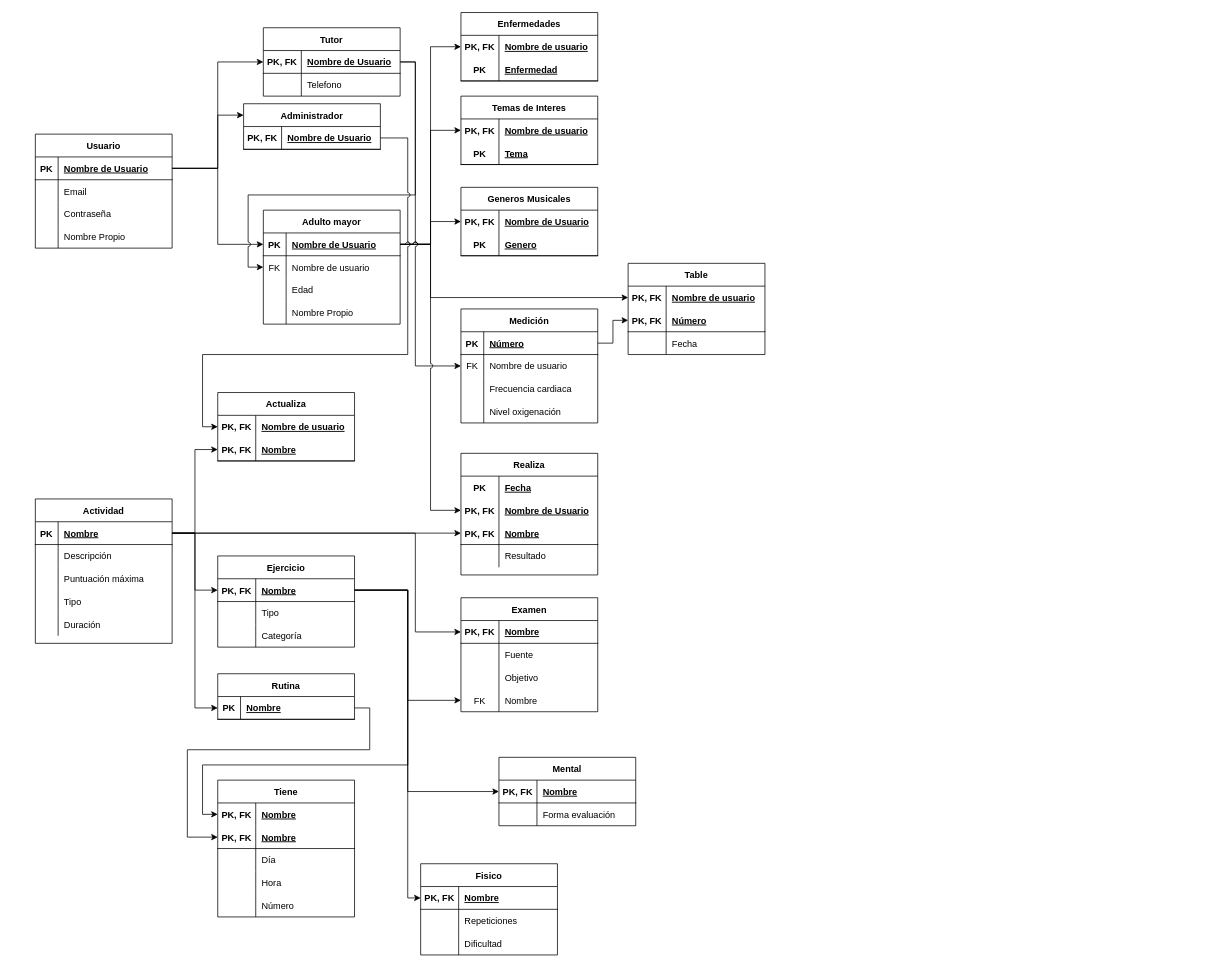
Christ-Veg/IngDeSoftware keeps this draw.io diagram as page "Relacional" (2 of 3) of TrabajoTerminal.drawio. Above is the earlier version. Source tidied: cells renumbered, new cells numbered last; positions are measured from the earlier drawing's top-left corner, leaving out a move shared by most shapes. Both pictures are drawn from the tidied source at 76%, with x=0, y=0 at pixel (35, 12).
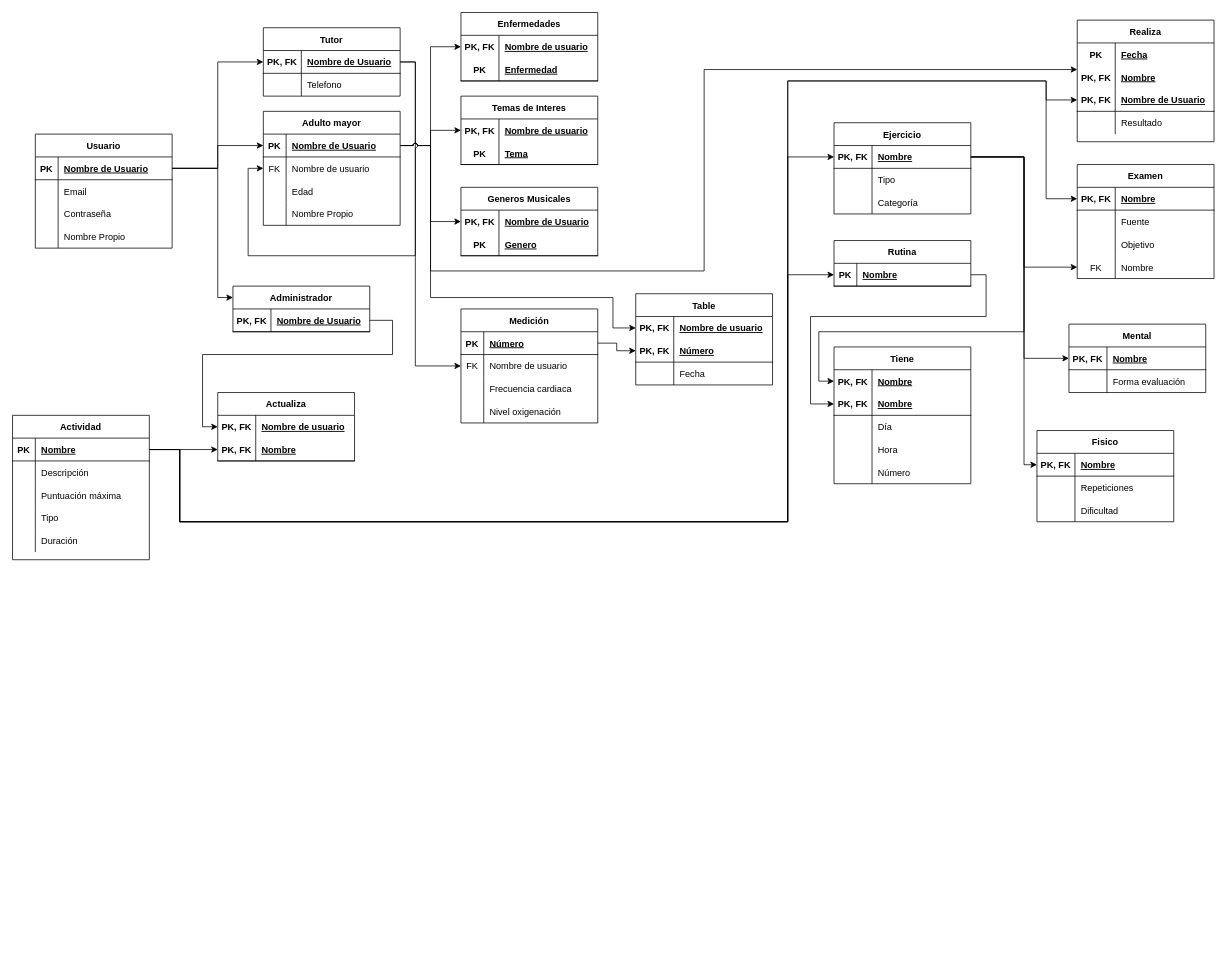
The same diagram, later.

Unchanged cells that the change refers to:
```xml
<mxCell id="3" style="shape=tableRow;horizontal=0;startSize=0;swimlaneHead=0;swimlaneBody=0;fillColor=none;points=[[0,0.5],[1,0.5]];portConstraint=eastwest;top=0;left=0;right=0;bottom=1;" parent="2" vertex="1">
  <mxGeometry y="30" width="180" height="30" as="geometry" />
</mxCell>
<mxCell id="16" style="shape=tableRow;horizontal=0;startSize=0;swimlaneHead=0;swimlaneBody=0;fillColor=none;points=[[0,0.5],[1,0.5]];portConstraint=eastwest;top=0;left=0;right=0;bottom=1;" parent="15" vertex="1">
  <mxGeometry y="30" width="180" height="30" as="geometry" />
</mxCell>
<mxCell id="23" style="shape=tableRow;horizontal=0;startSize=0;swimlaneHead=0;swimlaneBody=0;fillColor=none;points=[[0,0.5],[1,0.5]];portConstraint=eastwest;top=0;left=0;right=0;bottom=1;" parent="22" vertex="1">
  <mxGeometry y="30" width="180" height="30" as="geometry" />
</mxCell>
<mxCell id="27" style="shape=tableRow;horizontal=0;startSize=0;swimlaneHead=0;swimlaneBody=0;fillColor=none;points=[[0,0.5],[1,0.5]];portConstraint=eastwest;top=0;left=0;right=0;bottom=1;" parent="26" vertex="1">
  <mxGeometry y="30" width="180" height="30" as="geometry" />
</mxCell>
<mxCell id="30" style="shape=tableRow;horizontal=0;startSize=0;swimlaneHead=0;swimlaneBody=0;fillColor=none;points=[[0,0.5],[1,0.5]];portConstraint=eastwest;top=0;left=0;right=0;bottom=0;" parent="26" vertex="1">
  <mxGeometry y="60" width="180" height="30" as="geometry" />
</mxCell>
<mxCell id="82" style="shape=tableRow;horizontal=0;startSize=0;swimlaneHead=0;swimlaneBody=0;fillColor=none;points=[[0,0.5],[1,0.5]];portConstraint=eastwest;top=0;left=0;right=0;bottom=0;" parent="81" vertex="1">
  <mxGeometry y="30" width="180" height="30" as="geometry" />
</mxCell>
<mxCell id="94" style="shape=tableRow;horizontal=0;startSize=0;swimlaneHead=0;swimlaneBody=0;fillColor=none;points=[[0,0.5],[1,0.5]];portConstraint=eastwest;top=0;left=0;right=0;bottom=1;" parent="93" vertex="1">
  <mxGeometry y="30" width="180" height="30" as="geometry" />
</mxCell>
<mxCell id="110" style="shape=tableRow;horizontal=0;startSize=0;swimlaneHead=0;swimlaneBody=0;fillColor=none;points=[[0,0.5],[1,0.5]];portConstraint=eastwest;top=0;left=0;right=0;bottom=0;fontStyle=5;" parent="109" vertex="1">
  <mxGeometry y="30" width="180" height="30" as="geometry" />
</mxCell>
<mxCell id="119" style="shape=tableRow;horizontal=0;startSize=0;swimlaneHead=0;swimlaneBody=0;fillColor=none;points=[[0,0.5],[1,0.5]];portConstraint=eastwest;top=0;left=0;right=0;bottom=1;" parent="118" vertex="1">
  <mxGeometry y="30" width="180" height="30" as="geometry" />
</mxCell>
<mxCell id="130" style="shape=tableRow;horizontal=0;startSize=0;swimlaneHead=0;swimlaneBody=0;fillColor=none;points=[[0,0.5],[1,0.5]];portConstraint=eastwest;top=0;left=0;right=0;bottom=1;" parent="129" vertex="1">
  <mxGeometry y="30" width="180" height="30" as="geometry" />
</mxCell>
<mxCell id="138" style="shape=tableRow;horizontal=0;startSize=0;swimlaneHead=0;swimlaneBody=0;fillColor=none;points=[[0,0.5],[1,0.5]];portConstraint=eastwest;top=0;left=0;right=0;bottom=0;" parent="134" vertex="1">
  <mxGeometry y="60" width="180" height="30" as="geometry" />
</mxCell>
<mxCell id="141" style="shape=tableRow;horizontal=0;startSize=0;swimlaneHead=0;swimlaneBody=0;fillColor=none;points=[[0,0.5],[1,0.5]];portConstraint=eastwest;top=0;left=0;right=0;bottom=1;" parent="134" vertex="1">
  <mxGeometry y="90" width="180" height="30" as="geometry" />
</mxCell>
<mxCell id="150" style="shape=tableRow;horizontal=0;startSize=0;swimlaneHead=0;swimlaneBody=0;fillColor=none;points=[[0,0.5],[1,0.5]];portConstraint=eastwest;top=0;left=0;right=0;bottom=1;" parent="149" vertex="1">
  <mxGeometry y="30" width="180" height="30" as="geometry" />
</mxCell>
<mxCell id="165" style="shape=tableRow;horizontal=0;startSize=0;swimlaneHead=0;swimlaneBody=0;fillColor=none;points=[[0,0.5],[1,0.5]];portConstraint=eastwest;top=0;left=0;right=0;bottom=1;" parent="164" vertex="1">
  <mxGeometry y="30" width="180" height="30" as="geometry" />
</mxCell>
<mxCell id="173" style="shape=tableRow;horizontal=0;startSize=0;swimlaneHead=0;swimlaneBody=0;fillColor=none;points=[[0,0.5],[1,0.5]];portConstraint=eastwest;top=0;left=0;right=0;bottom=1;" parent="172" vertex="1">
  <mxGeometry y="30" width="180" height="30" as="geometry" />
</mxCell>
<mxCell id="184" style="shape=tableRow;horizontal=0;startSize=0;swimlaneHead=0;swimlaneBody=0;fillColor=none;points=[[0,0.5],[1,0.5]];portConstraint=eastwest;top=0;left=0;right=0;bottom=0;fontStyle=5;" parent="183" vertex="1">
  <mxGeometry y="30" width="180" height="30" as="geometry" />
</mxCell>
<mxCell id="187" style="shape=tableRow;horizontal=0;startSize=0;swimlaneHead=0;swimlaneBody=0;fillColor=none;points=[[0,0.5],[1,0.5]];portConstraint=eastwest;top=0;left=0;right=0;bottom=1;" parent="183" vertex="1">
  <mxGeometry y="60" width="180" height="30" as="geometry" />
</mxCell>
```

The edit, as a diff of the source:
```diff
@@
     <mxCell id="22" value="Administrador" style="shape=table;startSize=30;childLayout=tableLayout;rowLines=0;fontStyle=1;align=center;" parent="1" vertex="1">
-      <mxGeometry x="274" y="120" width="180" height="60" as="geometry" />
+      <mxGeometry x="260" y="360" width="180" height="60" as="geometry" />
     </mxCell>
@@
     <mxCell id="26" value="Adulto mayor" style="shape=table;startSize=30;childLayout=tableLayout;rowLines=0;fontStyle=1;align=center;" parent="1" vertex="1">
-      <mxGeometry x="300" y="260" width="180" height="150" as="geometry" />
+      <mxGeometry x="300" y="130" width="180" height="150" as="geometry" />
     </mxCell>
@@
     <mxCell id="40" style="edgeStyle=orthogonalEdgeStyle;rounded=0;jumpStyle=arc;jettySize=auto;html=1;exitX=1;exitY=0.5;exitDx=0;exitDy=0;entryX=0;entryY=0.25;entryDx=0;entryDy=0;" parent="1" edge="1" source="3" target="22">
       <mxGeometry relative="1" as="geometry">
         <Array as="points">
           <mxPoint x="240" y="205" />
-          <mxPoint x="240" y="135" />
+          <mxPoint x="240" y="375" />
         </Array>
       </mxGeometry>
     </mxCell>
@@
     <mxCell id="42" style="edgeStyle=orthogonalEdgeStyle;rounded=0;jumpStyle=arc;jettySize=auto;html=1;exitX=1;exitY=0.5;exitDx=0;exitDy=0;entryX=0;entryY=0.5;entryDx=0;entryDy=0;" parent="1" edge="1" source="16" target="30">
       <mxGeometry relative="1" as="geometry">
         <Array as="points">
           <mxPoint x="500" y="65" />
-          <mxPoint x="500" y="240" />
-          <mxPoint x="280" y="240" />
-          <mxPoint x="280" y="335" />
+          <mxPoint x="500" y="320" />
+          <mxPoint x="280" y="320" />
+          <mxPoint x="280" y="205" />
         </Array>
       </mxGeometry>
     </mxCell>
@@
     <mxCell id="81" value="Table" style="shape=table;startSize=30;childLayout=tableLayout;rowLines=0;fontStyle=1;align=center;" parent="1" vertex="1">
-      <mxGeometry x="780" y="330" width="180" height="120" as="geometry" />
+      <mxGeometry x="790" y="370" width="180" height="120" as="geometry" />
     </mxCell>
@@
     <mxCell id="92" style="edgeStyle=orthogonalEdgeStyle;rounded=0;jumpStyle=arc;jettySize=auto;html=1;exitX=1;exitY=0.5;exitDx=0;exitDy=0;entryX=0;entryY=0.5;entryDx=0;entryDy=0;" parent="1" edge="1" source="27" target="82">
       <mxGeometry relative="1" as="geometry">
         <Array as="points">
-          <mxPoint x="520" y="305" />
+          <mxPoint x="520" y="175" />
           <mxPoint x="520" y="375" />
+          <mxPoint x="760" y="375" />
+          <mxPoint x="760" y="415" />
         </Array>
       </mxGeometry>
     </mxCell>
     <mxCell id="93" value="Actividad" style="shape=table;startSize=30;childLayout=tableLayout;rowLines=0;fontStyle=1;align=center;" parent="1" vertex="1">
-      <mxGeometry y="640" width="180" height="190" as="geometry" />
+      <mxGeometry x="-30" y="530" width="180" height="190" as="geometry" />
     </mxCell>
@@
     <mxCell id="117" style="edgeStyle=orthogonalEdgeStyle;rounded=0;jumpStyle=arc;jettySize=auto;html=1;exitX=1;exitY=0.5;exitDx=0;exitDy=0;entryX=0;entryY=0.5;entryDx=0;entryDy=0;" parent="1" edge="1" source="23" target="110">
       <mxGeometry relative="1" as="geometry">
         <Array as="points">
-          <mxPoint x="490" y="165" />
-          <mxPoint x="490" y="450" />
+          <mxPoint x="470" y="405" />
+          <mxPoint x="470" y="450" />
           <mxPoint x="220" y="450" />
           <mxPoint x="220" y="545" />
         </Array>
       </mxGeometry>
     </mxCell>
     <mxCell id="118" value="Ejercicio" style="shape=table;startSize=30;childLayout=tableLayout;rowLines=0;fontStyle=1;align=center;" parent="1" vertex="1">
-      <mxGeometry x="240" y="715" width="180" height="120" as="geometry" />
+      <mxGeometry x="1050.9" y="145" width="180" height="120" as="geometry" />
     </mxCell>
@@
     <mxCell id="128" style="edgeStyle=orthogonalEdgeStyle;rounded=0;jumpStyle=arc;jettySize=auto;html=1;exitX=1;exitY=0.5;exitDx=0;exitDy=0;entryX=0;entryY=0.5;entryDx=0;entryDy=0;" parent="1" edge="1" source="94" target="119">
-      <mxGeometry relative="1" as="geometry" />
+      <mxGeometry relative="1" as="geometry">
+        <Array as="points">
+          <mxPoint x="190" y="575" />
+          <mxPoint x="190" y="670" />
+          <mxPoint x="990" y="670" />
+          <mxPoint x="990" y="190" />
+        </Array>
+      </mxGeometry>
     </mxCell>
     <mxCell id="129" value="Rutina" style="shape=table;startSize=30;childLayout=tableLayout;rowLines=0;fontStyle=1;align=center;" parent="1" vertex="1">
-      <mxGeometry x="240" y="870" width="180" height="60" as="geometry" />
+      <mxGeometry x="1050.9" y="300" width="180" height="60" as="geometry" />
     </mxCell>
@@
     <mxCell id="133" style="edgeStyle=orthogonalEdgeStyle;rounded=0;jumpStyle=arc;jettySize=auto;html=1;exitX=1;exitY=0.5;exitDx=0;exitDy=0;entryX=0;entryY=0.5;entryDx=0;entryDy=0;" parent="1" edge="1" source="94" target="130">
-      <mxGeometry relative="1" as="geometry" />
+      <mxGeometry relative="1" as="geometry">
+        <Array as="points">
+          <mxPoint x="190" y="575" />
+          <mxPoint x="190" y="670" />
+          <mxPoint x="990" y="670" />
+          <mxPoint x="990" y="345" />
+        </Array>
+      </mxGeometry>
     </mxCell>
     <mxCell id="134" value="Realiza" style="shape=table;startSize=30;childLayout=tableLayout;rowLines=0;fontStyle=1;align=center;" parent="1" vertex="1">
-      <mxGeometry x="560" y="580" width="180" height="160" as="geometry" />
+      <mxGeometry x="1370.9" y="10" width="180" height="160" as="geometry" />
     </mxCell>
@@
-    <mxCell id="140" value="Nombre de Usuario" style="shape=partialRectangle;fillColor=none;top=0;left=0;bottom=0;right=0;align=left;spacingLeft=6;overflow=hidden;fontStyle=5;" parent="138" vertex="1">
+    <mxCell id="140" value="Nombre" style="shape=partialRectangle;fillColor=none;top=0;left=0;bottom=0;right=0;align=left;spacingLeft=6;overflow=hidden;fontStyle=5;" parent="138" vertex="1">
       <mxGeometry x="50" width="130" height="30" as="geometry" />
     </mxCell>
@@
-    <mxCell id="143" value="Nombre" style="shape=partialRectangle;fillColor=none;top=0;left=0;bottom=0;right=0;align=left;spacingLeft=6;fontStyle=5;overflow=hidden;" parent="141" vertex="1">
+    <mxCell id="143" value="Nombre de Usuario" style="shape=partialRectangle;fillColor=none;top=0;left=0;bottom=0;right=0;align=left;spacingLeft=6;fontStyle=5;overflow=hidden;" parent="141" vertex="1">
       <mxGeometry x="50" width="130" height="30" as="geometry" />
     </mxCell>
@@
     <mxCell id="147" style="edgeStyle=orthogonalEdgeStyle;rounded=0;jumpStyle=arc;jettySize=auto;html=1;exitX=1;exitY=0.5;exitDx=0;exitDy=0;entryX=0;entryY=0.5;entryDx=0;entryDy=0;" parent="1" edge="1" source="94" target="141">
       <mxGeometry relative="1" as="geometry">
         <Array as="points">
-          <mxPoint x="560" y="685" />
+          <mxPoint x="190" y="575" />
+          <mxPoint x="190" y="670" />
+          <mxPoint x="990" y="670" />
+          <mxPoint x="990" y="90" />
+          <mxPoint x="1330" y="90" />
+          <mxPoint x="1330" y="115" />
         </Array>
       </mxGeometry>
     </mxCell>
-    <mxCell id="148" style="edgeStyle=orthogonalEdgeStyle;rounded=0;jumpStyle=arc;jettySize=auto;html=1;exitX=1;exitY=0.5;exitDx=0;exitDy=0;entryX=0;entryY=0.5;entryDx=0;entryDy=0;" parent="1" edge="1" source="27" target="138">
-      <mxGeometry relative="1" as="geometry" />
+    <mxCell id="148" style="edgeStyle=orthogonalEdgeStyle;rounded=0;jumpStyle=arc;jettySize=auto;html=1;exitX=1;exitY=0.5;exitDx=0;exitDy=0;" parent="1" edge="1" source="27" target="138">
+      <mxGeometry relative="1" as="geometry">
+        <Array as="points">
+          <mxPoint x="520" y="175" />
+          <mxPoint x="520" y="340" />
+          <mxPoint x="880" y="340" />
+          <mxPoint x="880" y="75" />
+        </Array>
+      </mxGeometry>
     </mxCell>
     <mxCell id="149" value="Examen" style="shape=table;startSize=30;childLayout=tableLayout;rowLines=0;fontStyle=1;align=center;" parent="1" vertex="1">
-      <mxGeometry x="560" y="770" width="180" height="150" as="geometry" />
+      <mxGeometry x="1370.9" y="200" width="180" height="150" as="geometry" />
     </mxCell>
@@
     <mxCell id="162" style="edgeStyle=orthogonalEdgeStyle;rounded=0;jumpStyle=arc;jettySize=auto;html=1;exitX=1;exitY=0.5;exitDx=0;exitDy=0;entryX=0;entryY=0.5;entryDx=0;entryDy=0;" parent="1" edge="1" source="94" target="150">
       <mxGeometry relative="1" as="geometry">
         <Array as="points">
-          <mxPoint x="500" y="685" />
-          <mxPoint x="500" y="815" />
+          <mxPoint x="190" y="575" />
+          <mxPoint x="190" y="670" />
+          <mxPoint x="990" y="670" />
+          <mxPoint x="990" y="90" />
+          <mxPoint x="1330" y="90" />
+          <mxPoint x="1330" y="245" />
         </Array>
       </mxGeometry>
     </mxCell>
@@
     <mxCell id="164" value="Mental" style="shape=table;startSize=30;childLayout=tableLayout;rowLines=0;fontStyle=1;align=center;" parent="1" vertex="1">
-      <mxGeometry x="610" y="980" width="180" height="90" as="geometry" />
+      <mxGeometry x="1360" y="410" width="180" height="90" as="geometry" />
     </mxCell>
@@
     <mxCell id="171" style="edgeStyle=orthogonalEdgeStyle;rounded=0;jumpStyle=arc;jettySize=auto;html=1;exitX=1;exitY=0.5;exitDx=0;exitDy=0;entryX=0;entryY=0.5;entryDx=0;entryDy=0;" parent="1" edge="1" source="119" target="165">
       <mxGeometry relative="1" as="geometry">
         <Array as="points">
-          <mxPoint x="490" y="760" />
-          <mxPoint x="490" y="1025" />
+          <mxPoint x="1300.9" y="190" />
+          <mxPoint x="1300.9" y="455" />
         </Array>
       </mxGeometry>
     </mxCell>
     <mxCell id="172" value="Fisico" style="shape=table;startSize=30;childLayout=tableLayout;rowLines=0;fontStyle=1;align=center;" parent="1" vertex="1">
-      <mxGeometry x="507" y="1120" width="180" height="120" as="geometry" />
+      <mxGeometry x="1317.9" y="550" width="180" height="120" as="geometry" />
     </mxCell>
@@
     <mxCell id="182" style="edgeStyle=orthogonalEdgeStyle;rounded=0;jumpStyle=arc;jettySize=auto;html=1;exitX=1;exitY=0.5;exitDx=0;exitDy=0;entryX=0;entryY=0.5;entryDx=0;entryDy=0;" parent="1" edge="1" source="119" target="173">
       <mxGeometry relative="1" as="geometry">
         <Array as="points">
-          <mxPoint x="490" y="760" />
-          <mxPoint x="490" y="1165" />
+          <mxPoint x="1300.9" y="190" />
+          <mxPoint x="1300.9" y="595" />
         </Array>
       </mxGeometry>
     </mxCell>
     <mxCell id="183" value="Tiene" style="shape=table;startSize=30;childLayout=tableLayout;rowLines=0;fontStyle=1;align=center;" parent="1" vertex="1">
-      <mxGeometry x="240" y="1010" width="180" height="180" as="geometry" />
+      <mxGeometry x="1050.9" y="440" width="180" height="180" as="geometry" />
     </mxCell>
@@
     <mxCell id="199" style="edgeStyle=orthogonalEdgeStyle;rounded=0;jumpStyle=arc;jettySize=auto;html=1;exitX=1;exitY=0.5;exitDx=0;exitDy=0;entryX=0;entryY=0.5;entryDx=0;entryDy=0;" parent="1" edge="1" source="119" target="184">
       <mxGeometry relative="1" as="geometry">
         <Array as="points">
-          <mxPoint x="490" y="760" />
-          <mxPoint x="490" y="990" />
-          <mxPoint x="220" y="990" />
-          <mxPoint x="220" y="1055" />
+          <mxPoint x="1300.9" y="190" />
+          <mxPoint x="1300.9" y="420" />
+          <mxPoint x="1030.9" y="420" />
+          <mxPoint x="1030.9" y="485" />
         </Array>
       </mxGeometry>
     </mxCell>
     <mxCell id="200" style="edgeStyle=orthogonalEdgeStyle;rounded=0;jumpStyle=arc;jettySize=auto;html=1;exitX=1;exitY=0.5;exitDx=0;exitDy=0;entryX=0;entryY=0.5;entryDx=0;entryDy=0;" parent="1" edge="1" source="130" target="187">
       <mxGeometry relative="1" as="geometry">
         <Array as="points">
-          <mxPoint x="440" y="915" />
-          <mxPoint x="440" y="970" />
-          <mxPoint x="200" y="970" />
-          <mxPoint x="200" y="1085" />
+          <mxPoint x="1251" y="345" />
+          <mxPoint x="1251" y="400" />
+          <mxPoint x="1020" y="400" />
+          <mxPoint x="1020" y="515" />
         </Array>
       </mxGeometry>
     </mxCell>
```
